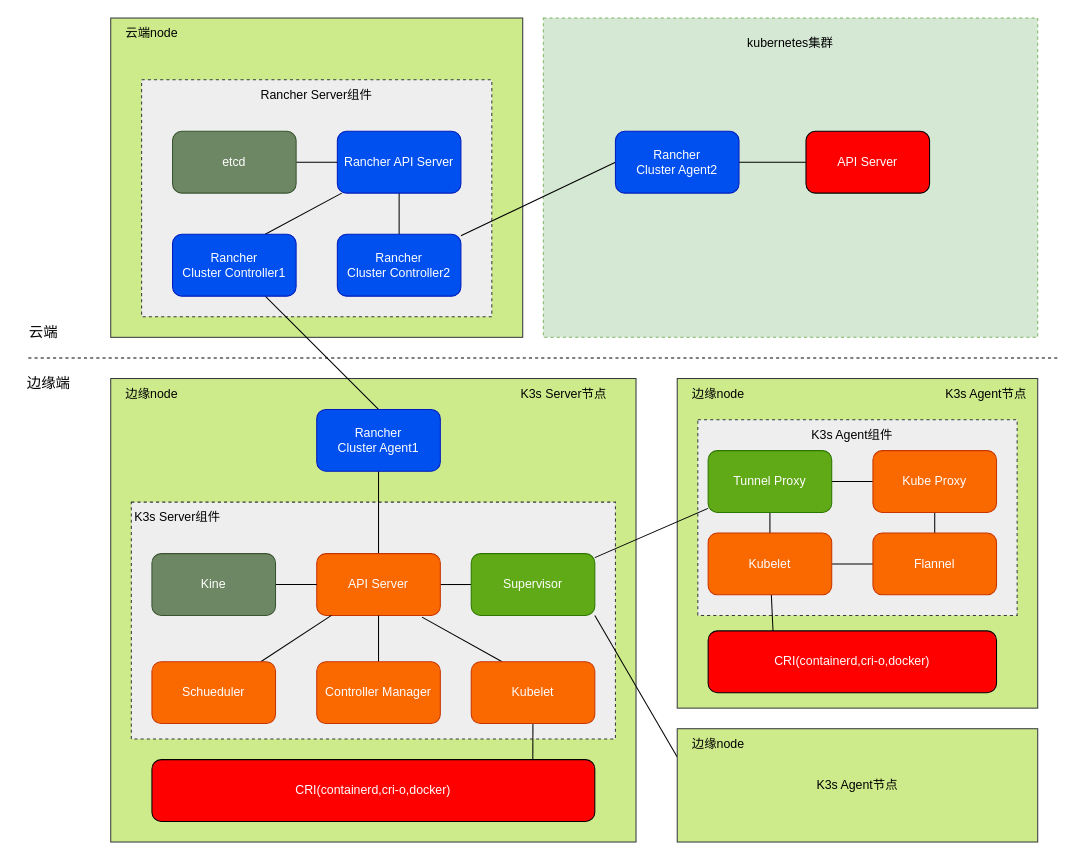
This is page "物理架构设计" (3 of 3) of rancher+k3s架构设计.drawio from adtxgc/diagrams, a draw.io file, before an edit. Source tidied: cells renumbered, new cells numbered last; positions are measured from the earlier drawing's top-left corner, leaving out a move shared by most shapes. Both pictures are drawn from the tidied source at 103%, with x=0, y=0 at pixel (18, 18).
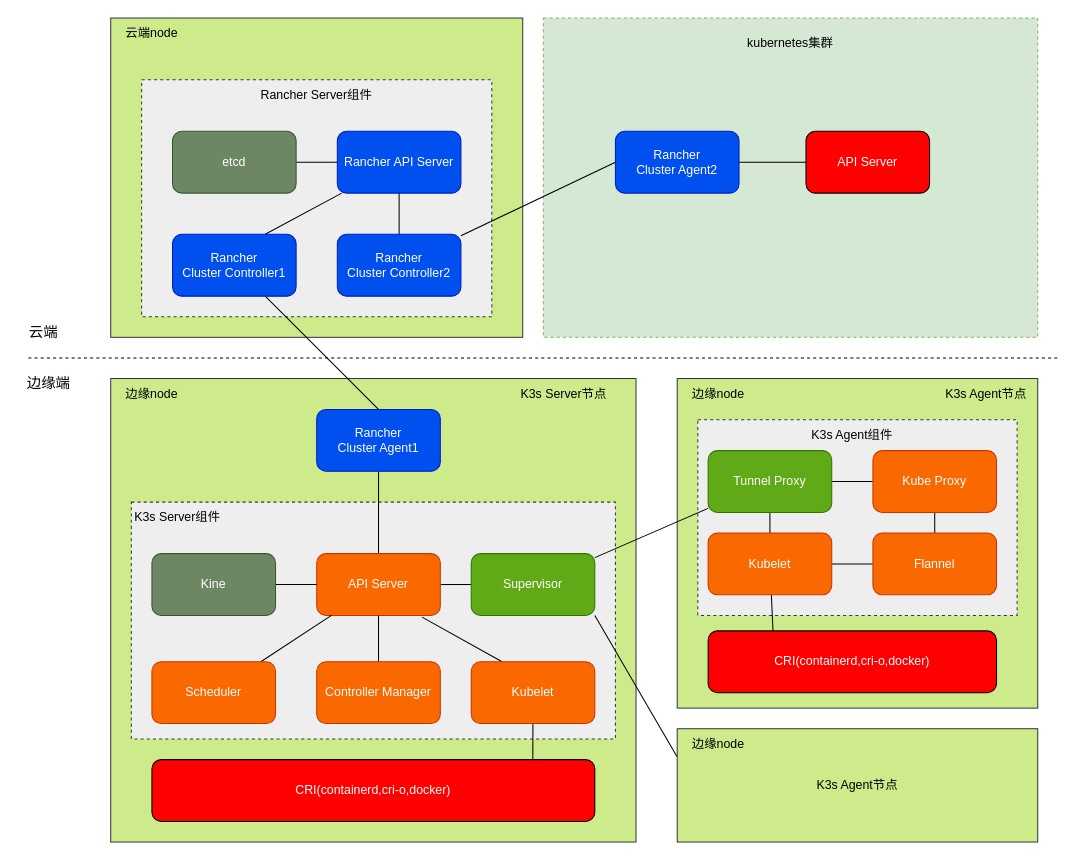
Above is the later version.

Commit message:
更新rancher+k3s架构设计.drawio

Change to the diagram source:
```diff
@@
-    <mxCell id="32" value="&lt;font color=&quot;#ffffff&quot;&gt;Schueduler&lt;/font&gt;" style="rounded=1;whiteSpace=wrap;html=1;fillColor=#fa6800;fontColor=#000000;strokeColor=#C73500;" parent="1" vertex="1">
+    <mxCell id="32" value="&lt;font color=&quot;#ffffff&quot;&gt;Scheduler&lt;/font&gt;" style="rounded=1;whiteSpace=wrap;html=1;fillColor=#fa6800;fontColor=#000000;strokeColor=#C73500;" parent="1" vertex="1">
       <mxGeometry x="130" y="625" width="120" height="60" as="geometry" />
     </mxCell>
```
